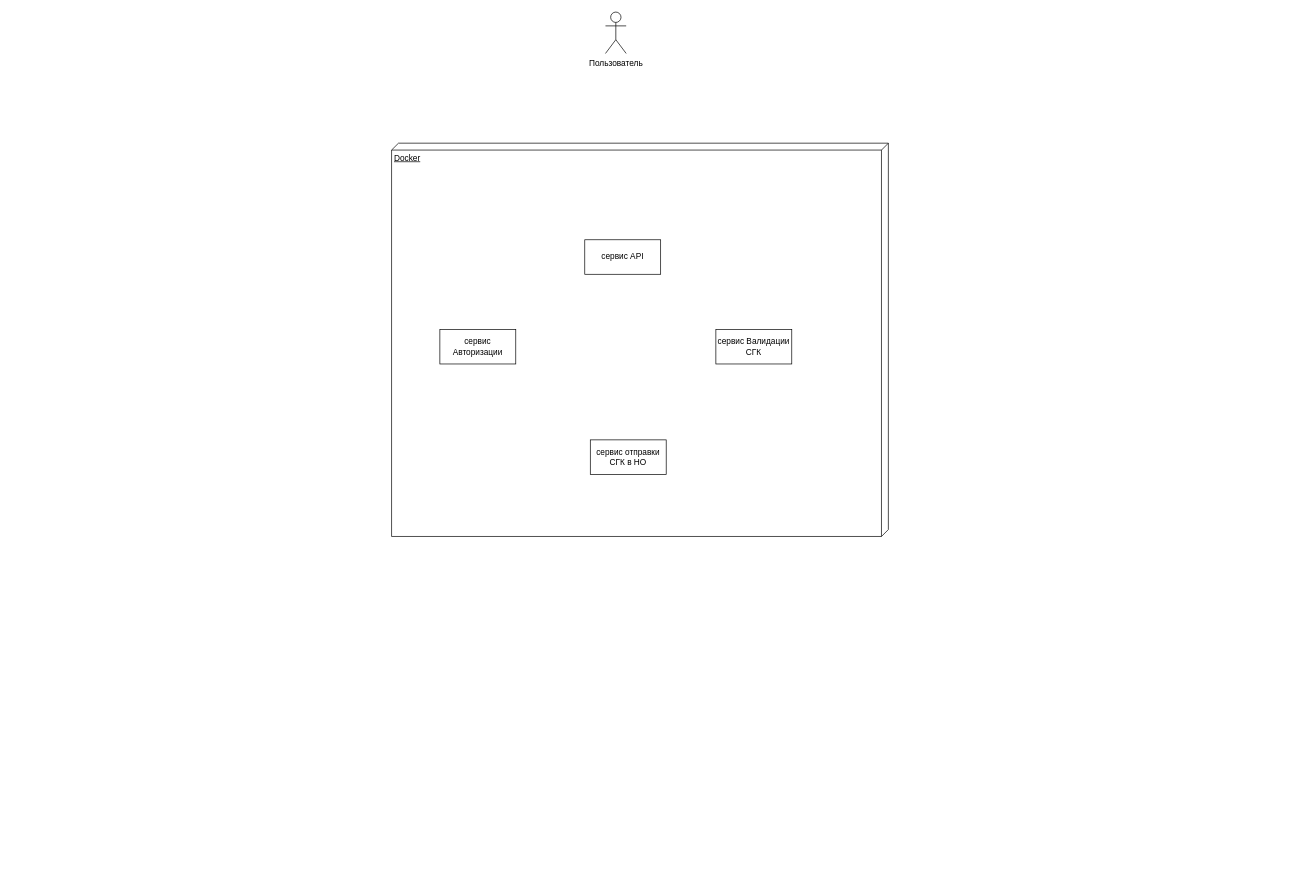
This is Диаграмма без названия.drawio from p1ck0/draws, a draw.io file, before an edit. Source tidied: cells renumbered, new cells numbered last; positions are measured from the earlier drawing's top-left corner, leaving out a move shared by most shapes. Both pictures are drawn from the tidied source at 69%, with x=0, y=0 at pixel (391, 12).
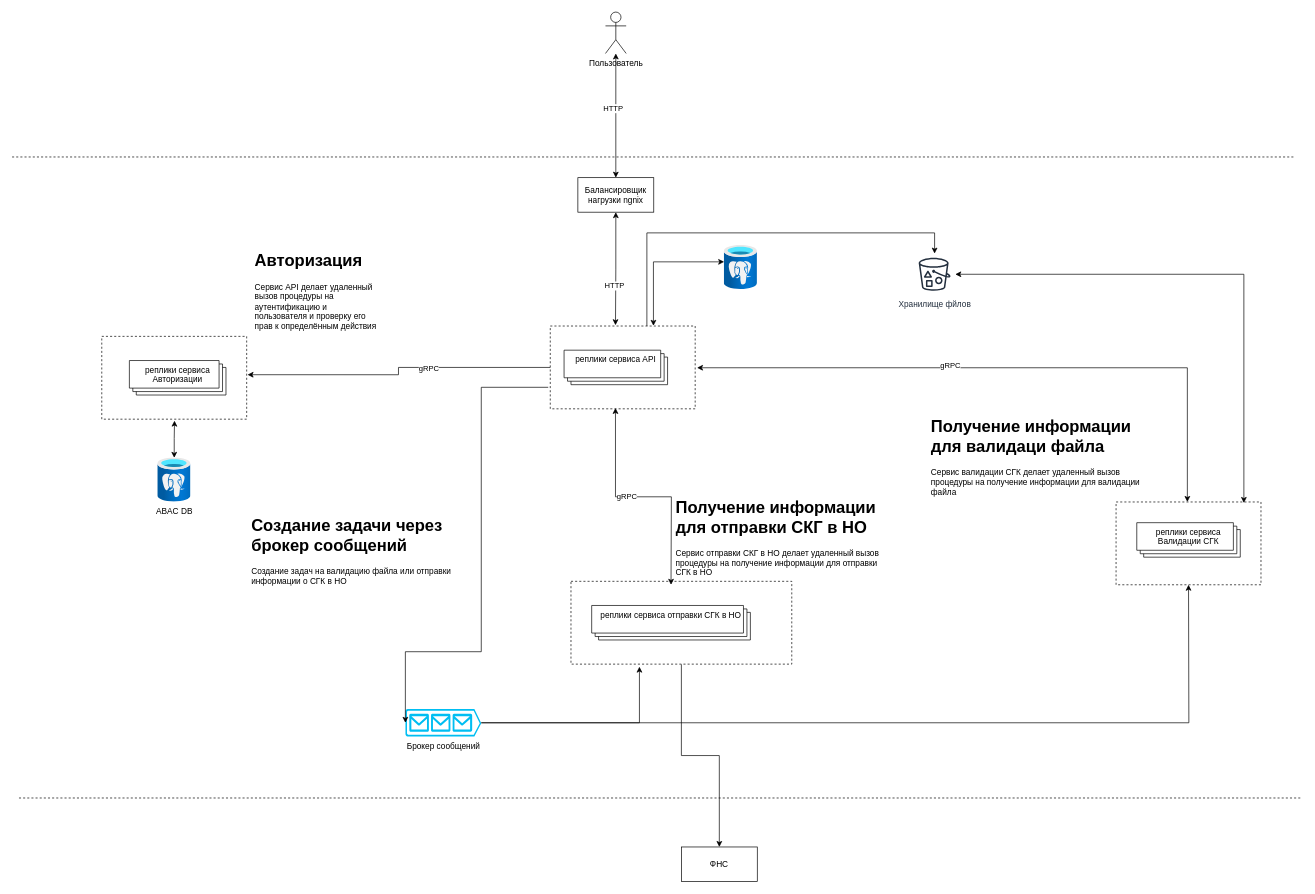
After the change.

The change refers to these unchanged cells:
```xml
<mxCell id="7" value="Пользователь" style="shape=umlActor;verticalLabelPosition=bottom;verticalAlign=top;html=1;" parent="1" vertex="1">
  <mxGeometry x="310" width="30" height="60" as="geometry" />
</mxCell>
```

Change to the diagram source:
```diff
@@
-    <mxCell id="2" value="Docker" style="verticalAlign=top;align=left;spacingTop=8;spacingLeft=2;spacingRight=12;shape=cube;size=10;direction=south;fontStyle=4;html=1;whiteSpace=wrap;" parent="1" vertex="1">
-      <mxGeometry y="190" width="720" height="570" as="geometry" />
-    </mxCell>
+    <mxCell id="8" style="edgeStyle=orthogonalEdgeStyle;rounded=0;jettySize=auto;html=1;entryX=0.5;entryY=0;entryDx=0;entryDy=0;" parent="1" edge="1" source="9" target="36">
+      <mxGeometry relative="1" as="geometry" />
+    </mxCell>
+    <mxCell id="9" style="verticalLabelPosition=bottom;verticalAlign=top;html=1;shape=mxgraph.basic.rect;fillColor2=none;strokeWidth=1;size=20;indent=5;dashed=1;" parent="1" vertex="1">
+      <mxGeometry x="260" y="825" width="320" height="120" as="geometry" />
+    </mxCell>
+    <mxCell id="10" style="verticalLabelPosition=bottom;verticalAlign=top;html=1;shape=mxgraph.basic.rect;fillColor2=none;strokeWidth=1;size=20;indent=5;dashed=1;" parent="1" vertex="1">
+      <mxGeometry x="1050" y="710" width="210" height="120" as="geometry" />
+    </mxCell>
+    <mxCell id="11" style="verticalLabelPosition=bottom;verticalAlign=top;html=1;shape=mxgraph.basic.rect;fillColor2=none;strokeWidth=1;size=20;indent=5;dashed=1;" parent="1" vertex="1">
+      <mxGeometry x="-420" y="470" width="210" height="120" as="geometry" />
+    </mxCell>
+    <mxCell id="12" style="edgeStyle=orthogonalEdgeStyle;rounded=0;jettySize=auto;html=1;" parent="1" edge="1" source="13" target="28">
+      <mxGeometry relative="1" as="geometry">
+        <Array as="points">
+          <mxPoint x="370" y="320" />
+          <mxPoint x="787" y="320" />
+        </Array>
+      </mxGeometry>
+    </mxCell>
+    <mxCell id="13" style="verticalLabelPosition=bottom;verticalAlign=top;html=1;shape=mxgraph.basic.rect;fillColor2=none;strokeWidth=1;size=20;indent=5;dashed=1;" parent="1" vertex="1">
+      <mxGeometry x="230" y="455" width="210" height="120" as="geometry" />
+    </mxCell>
+    <mxCell id="14" style="edgeStyle=orthogonalEdgeStyle;rounded=0;jettySize=auto;html=1;entryX=0.492;entryY=0;entryDx=0;entryDy=0;startArrow=classic;startFill=1;exitX=1.013;exitY=0.504;exitDx=0;exitDy=0;exitPerimeter=0;entryPerimeter=0;" parent="1" edge="1" source="13" target="10">
+      <mxGeometry relative="1" as="geometry" />
+    </mxCell>
+    <mxCell id="15" value="gRPC" style="edgeLabel;html=1;align=center;verticalAlign=middle;" parent="14" vertex="1">
+      <mxGeometry x="-0.19" y="4" relative="1" as="geometry" />
+    </mxCell>
+    <mxCell id="16" style="edgeStyle=orthogonalEdgeStyle;rounded=0;jettySize=auto;html=1;startArrow=classic;startFill=1;exitX=0.45;exitY=0.99;exitDx=0;exitDy=0;exitPerimeter=0;" parent="1" edge="1" source="13">
+      <mxGeometry relative="1" as="geometry">
+        <mxPoint x="405" y="830" as="targetPoint" />
+      </mxGeometry>
+    </mxCell>
+    <mxCell id="17" value="gRPC" style="edgeLabel;html=1;align=center;verticalAlign=middle;" parent="16" vertex="1">
+      <mxGeometry x="-0.14" y="2" relative="1" as="geometry">
+        <mxPoint y="1" as="offset" />
+      </mxGeometry>
+    </mxCell>
-    <mxCell id="3" value="сервис API" style="html=1;whiteSpace=wrap;" parent="1" vertex="1">
-      <mxGeometry x="280" y="330" width="110" height="50" as="geometry" />
+    <mxCell id="3" value="реплики сервиса API" style="verticalAlign=top;html=1;shape=mxgraph.basic.layered_rect;dx=10;whiteSpace=wrap;" parent="1" vertex="1">
+      <mxGeometry x="250" y="490" width="150" height="50" as="geometry" />
     </mxCell>
-    <mxCell id="4" value="сервис Авторизации" style="html=1;whiteSpace=wrap;" parent="1" vertex="1">
-      <mxGeometry x="70" y="460" width="110" height="50" as="geometry" />
+    <mxCell id="4" value="реплики сервиса Авторизации" style="verticalAlign=top;html=1;shape=mxgraph.basic.layered_rect;dx=10;whiteSpace=wrap;" parent="1" vertex="1">
+      <mxGeometry x="-380" y="505" width="140" height="50" as="geometry" />
     </mxCell>
-    <mxCell id="5" value="сервис Валидации СГК" style="html=1;whiteSpace=wrap;" parent="1" vertex="1">
-      <mxGeometry x="470" y="460" width="110" height="50" as="geometry" />
+    <mxCell id="5" value="реплики сервиса Валидации СГК" style="verticalAlign=top;html=1;shape=mxgraph.basic.layered_rect;dx=10;whiteSpace=wrap;" parent="1" vertex="1">
+      <mxGeometry x="1080" y="740" width="150" height="50" as="geometry" />
     </mxCell>
-    <mxCell id="6" value="сервис отправки СГК в НО" style="html=1;whiteSpace=wrap;" parent="1" vertex="1">
-      <mxGeometry x="288" y="620" width="110" height="50" as="geometry" />
+    <mxCell id="6" value="реплики сервиса отправки СГК в НО" style="verticalAlign=top;html=1;shape=mxgraph.basic.layered_rect;dx=10;whiteSpace=wrap;" parent="1" vertex="1">
+      <mxGeometry x="290" y="860" width="230" height="50" as="geometry" />
     </mxCell>
+    <mxCell id="18" style="edgeStyle=orthogonalEdgeStyle;rounded=0;jettySize=auto;html=1;entryX=0.5;entryY=0;entryDx=0;entryDy=0;startArrow=classic;startFill=1;" parent="1" edge="1" source="7" target="22">
+      <mxGeometry relative="1" as="geometry" />
+    </mxCell>
+    <mxCell id="19" value="HTTP" style="edgeLabel;html=1;align=center;verticalAlign=middle;" parent="18" vertex="1">
+      <mxGeometry x="-0.12" y="-5" relative="1" as="geometry" />
+    </mxCell>
@@
+    <mxCell id="20" style="edgeStyle=orthogonalEdgeStyle;rounded=0;jettySize=auto;html=1;startArrow=classic;startFill=1;entryX=0.45;entryY=-0.01;entryDx=0;entryDy=0;entryPerimeter=0;" parent="1" edge="1" source="22" target="13">
+      <mxGeometry relative="1" as="geometry" />
+    </mxCell>
+    <mxCell id="21" value="HTTP" style="edgeLabel;html=1;align=center;verticalAlign=middle;" parent="20" vertex="1">
+      <mxGeometry x="0.3" y="-2" relative="1" as="geometry" />
+    </mxCell>
+    <mxCell id="22" value="Балансировщик нагрузки ngnix" style="html=1;whiteSpace=wrap;" parent="1" vertex="1">
+      <mxGeometry x="270" y="240" width="110" height="50" as="geometry" />
+    </mxCell>
+    <mxCell id="23" style="edgeStyle=orthogonalEdgeStyle;rounded=0;jettySize=auto;html=1;entryX=0.502;entryY=1.018;entryDx=0;entryDy=0;startArrow=classic;startFill=1;entryPerimeter=0;" parent="1" edge="1" source="24" target="11">
+      <mxGeometry relative="1" as="geometry" />
+    </mxCell>
+    <mxCell id="24" value="ABAC DB" style="image;html=1;points=[];align=center;fontSize=12;image=img/lib/azure2/databases/Azure_Database_PostgreSQL_Server.svg;" parent="1" vertex="1">
+      <mxGeometry x="-339" y="646" width="48" height="64" as="geometry" />
+    </mxCell>
+    <mxCell id="25" style="edgeStyle=orthogonalEdgeStyle;rounded=0;jettySize=auto;html=1;entryX=0.712;entryY=-0.003;entryDx=0;entryDy=0;startArrow=classic;startFill=1;entryPerimeter=0;" parent="1" edge="1" source="26" target="13">
+      <mxGeometry relative="1" as="geometry">
+        <Array as="points">
+          <mxPoint x="380" y="362" />
+          <mxPoint x="380" y="455" />
+        </Array>
+      </mxGeometry>
+    </mxCell>
+    <mxCell id="26" style="image;html=1;points=[];align=center;fontSize=12;image=img/lib/azure2/databases/Azure_Database_PostgreSQL_Server.svg;" parent="1" vertex="1">
+      <mxGeometry x="482" y="338" width="48" height="64" as="geometry" />
+    </mxCell>
+    <mxCell id="27" style="edgeStyle=orthogonalEdgeStyle;rounded=0;jettySize=auto;html=1;entryX=0.882;entryY=0.012;entryDx=0;entryDy=0;startArrow=classic;startFill=1;entryPerimeter=0;" parent="1" edge="1" source="28" target="10">
+      <mxGeometry relative="1" as="geometry" />
+    </mxCell>
+    <mxCell id="28" value="Хранилище фйлов" style="sketch=0;outlineConnect=0;fontColor=#232F3E;gradientColor=none;strokeColor=#232F3E;fillColor=#ffffff;dashed=0;verticalLabelPosition=bottom;verticalAlign=top;align=center;html=1;fontSize=12;fontStyle=0;shape=mxgraph.aws4.resourceIcon;resIcon=mxgraph.aws4.bucket_with_objects;" parent="1" vertex="1">
+      <mxGeometry x="757" y="350" width="60" height="60" as="geometry" />
+    </mxCell>
+    <mxCell id="29" style="edgeStyle=orthogonalEdgeStyle;rounded=0;jettySize=auto;html=1;" parent="1" edge="1" source="30">
+      <mxGeometry relative="1" as="geometry">
+        <mxPoint x="1155" y="830" as="targetPoint" />
+      </mxGeometry>
+    </mxCell>
+    <mxCell id="30" value="Брокер сообщений" style="verticalLabelPosition=bottom;html=1;verticalAlign=top;align=center;strokeColor=none;fillColor=#00BEF2;shape=mxgraph.azure.queue_generic;" parent="1" vertex="1">
+      <mxGeometry x="20" y="1010" width="110" height="40" as="geometry" />
+    </mxCell>
+    <mxCell id="31" style="edgeStyle=orthogonalEdgeStyle;rounded=0;jettySize=auto;html=1;entryX=0;entryY=0.5;entryDx=0;entryDy=0;entryPerimeter=0;exitX=-0.014;exitY=0.74;exitDx=0;exitDy=0;exitPerimeter=0;" parent="1" edge="1" source="13" target="30">
+      <mxGeometry relative="1" as="geometry">
+        <Array as="points">
+          <mxPoint x="130" y="544" />
+          <mxPoint x="130" y="927" />
+          <mxPoint x="20" y="927" />
+        </Array>
+      </mxGeometry>
+    </mxCell>
+    <mxCell id="32" value="&lt;h1 style=&quot;margin-top: 0px;&quot;&gt;Авторизация&lt;/h1&gt;&lt;div&gt;Сервис API делает удаленный вызов процедуры на аутентификацию и пользователя и проверку его прав к определённым действия&lt;/div&gt;" style="text;html=1;whiteSpace=wrap;overflow=hidden;rounded=0;" parent="1" vertex="1">
+      <mxGeometry x="-200" y="340" width="180" height="120" as="geometry" />
+    </mxCell>
+    <mxCell id="33" value="&lt;h1 style=&quot;margin-top: 0px;&quot;&gt;Создание задачи через брокер сообщений&lt;/h1&gt;&lt;div&gt;Создание задач на валидацию файла или отправки информации о СГК в НО&lt;/div&gt;" style="text;html=1;whiteSpace=wrap;overflow=hidden;rounded=0;" parent="1" vertex="1">
+      <mxGeometry x="-205" y="723" width="310" height="187" as="geometry" />
+    </mxCell>
+    <mxCell id="34" value="&lt;h1 style=&quot;margin-top: 0px;&quot;&gt;Получение информации для валидаци файла&lt;/h1&gt;&lt;div&gt;Сервис валидации СГК делает удаленный вызов процедуры на получение информации для валидации файла&lt;/div&gt;" style="text;html=1;whiteSpace=wrap;overflow=hidden;rounded=0;" parent="1" vertex="1">
+      <mxGeometry x="780" y="580" width="340" height="120" as="geometry" />
+    </mxCell>
+    <mxCell id="35" value="&lt;h1 style=&quot;margin-top: 0px;&quot;&gt;Получение информации для отправки СКГ в НО&lt;/h1&gt;&lt;div&gt;Сервис отправки СКГ в НО делает удаленный вызов процедуры на получение информации для отправки СГК в НО&lt;/div&gt;" style="text;html=1;whiteSpace=wrap;overflow=hidden;rounded=0;" parent="1" vertex="1">
+      <mxGeometry x="410" y="697" width="310" height="120" as="geometry" />
+    </mxCell>
+    <mxCell id="36" value="ФНС" style="html=1;whiteSpace=wrap;" parent="1" vertex="1">
+      <mxGeometry x="420" y="1210" width="110" height="50" as="geometry" />
+    </mxCell>
+    <mxCell id="37" style="endArrow=none;dashed=1;html=1;rounded=0;" parent="1" edge="1">
+      <mxGeometry relative="1" as="geometry">
+        <mxPoint x="-550" y="210" as="sourcePoint" />
+        <mxPoint x="1310" y="210" as="targetPoint" />
+      </mxGeometry>
+    </mxCell>
+    <mxCell id="38" style="endArrow=none;dashed=1;html=1;rounded=0;" parent="1" edge="1">
+      <mxGeometry relative="1" as="geometry">
+        <mxPoint x="-540" y="1139" as="sourcePoint" />
+        <mxPoint x="1320" y="1139" as="targetPoint" />
+      </mxGeometry>
+    </mxCell>
+    <mxCell id="39" style="edgeStyle=orthogonalEdgeStyle;rounded=0;jettySize=auto;html=1;entryX=1.006;entryY=0.463;entryDx=0;entryDy=0;entryPerimeter=0;" parent="1" edge="1" source="13" target="11">
+      <mxGeometry relative="1" as="geometry" />
+    </mxCell>
+    <mxCell id="40" value="gRPC" style="edgeLabel;html=1;align=center;verticalAlign=middle;" parent="39" vertex="1">
+      <mxGeometry x="-0.21" y="1" relative="1" as="geometry" />
+    </mxCell>
+    <mxCell id="41" style="edgeStyle=orthogonalEdgeStyle;rounded=0;jettySize=auto;html=1;entryX=0.31;entryY=1.031;entryDx=0;entryDy=0;entryPerimeter=0;" parent="1" edge="1" source="30" target="9">
+      <mxGeometry relative="1" as="geometry" />
+    </mxCell>
```
